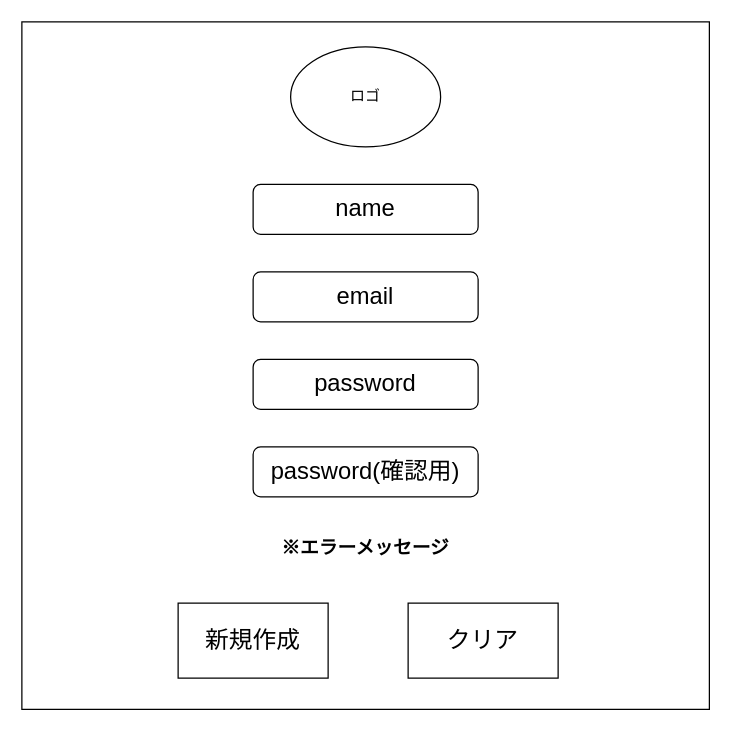
The draw.io diagram 外部設計DRAWIO/2.0生徒新規登録.drawio in DOJO-2021/A-3, before the edit. Source tidied: cells renumbered, new cells numbered last; positions are measured from the earlier drawing's top-left corner, leaving out a move shared by most shapes. Both pictures are drawn from the tidied source at 125%, with x=0, y=0 at pixel (21, 21).
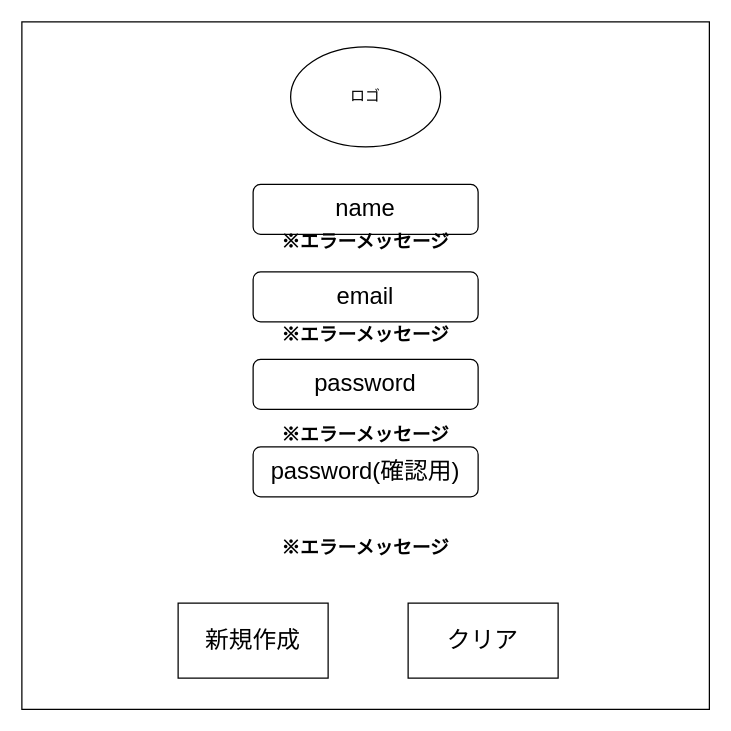
After the change.

The change refers to these unchanged cells:
```xml
<mxCell id="16" style="group;" parent="1" vertex="1">
  <mxGeometry x="185" y="185" width="180" height="70" as="geometry" />
</mxCell>
```

The edit, as a diff of the source:
```diff
@@
-    <mxCell id="12" value="※エラーメッセージ" style="text;html=1;strokeColor=none;fillColor=none;align=center;verticalAlign=middle;whiteSpace=wrap;rounded=0;fontStyle=1;fontSize=15;" parent="1" vertex="1">
-      <mxGeometry x="205" y="410" width="140" height="20" as="geometry" />
-    </mxCell>
@@
+    <mxCell id="22" value="※エラーメッセージ" style="text;html=1;strokeColor=none;fillColor=none;align=center;verticalAlign=middle;whiteSpace=wrap;rounded=0;fontStyle=1;fontSize=15;" parent="16" vertex="1">
+      <mxGeometry x="20" y="-20" width="140" height="20" as="geometry" />
+    </mxCell>
     <mxCell id="19" style="group;" parent="1" vertex="1">
-      <mxGeometry x="185" y="255" width="180" height="70" as="geometry" />
+      <mxGeometry x="185" y="255" width="180" height="85" as="geometry" />
     </mxCell>
@@
+    <mxCell id="23" value="※エラーメッセージ" style="text;html=1;strokeColor=none;fillColor=none;align=center;verticalAlign=middle;whiteSpace=wrap;rounded=0;fontStyle=1;fontSize=15;" parent="19" vertex="1">
+      <mxGeometry x="20" y="-15" width="140" height="20" as="geometry" />
+    </mxCell>
+    <mxCell id="12" value="※エラーメッセージ" style="text;html=1;strokeColor=none;fillColor=none;align=center;verticalAlign=middle;whiteSpace=wrap;rounded=0;fontStyle=1;fontSize=15;" parent="19" vertex="1">
+      <mxGeometry x="20" y="65" width="140" height="20" as="geometry" />
+    </mxCell>
+    <mxCell id="24" value="※エラーメッセージ" style="text;html=1;strokeColor=none;fillColor=none;align=center;verticalAlign=middle;whiteSpace=wrap;rounded=0;fontStyle=1;fontSize=15;" parent="1" vertex="1">
+      <mxGeometry x="205" y="410" width="140" height="20" as="geometry" />
+    </mxCell>
```
